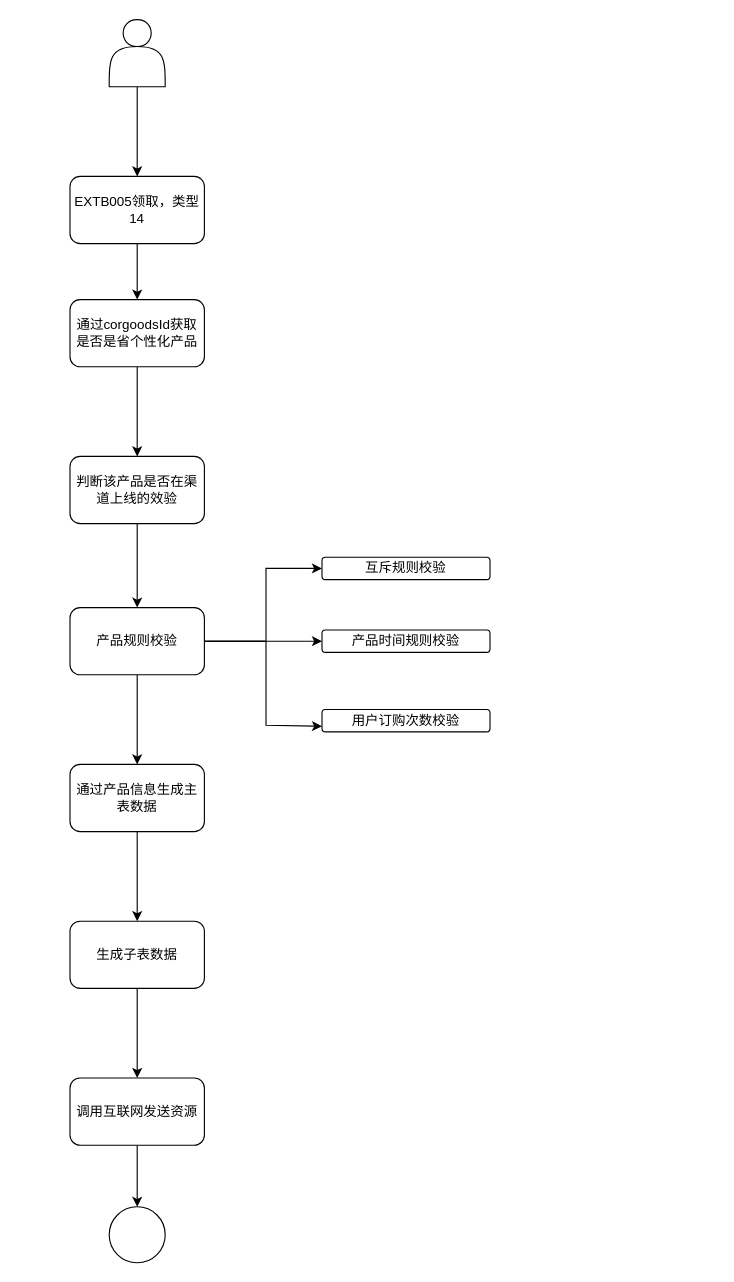
This is 个性化产品订购.drawio from moshan123/draw, a draw.io file, before an edit. Source tidied: cells renumbered, new cells numbered last; positions are measured from the earlier drawing's top-left corner, leaving out a move shared by most shapes. Both pictures are drawn from the tidied source at 112%, with x=0, y=0 at pixel (69, 19).
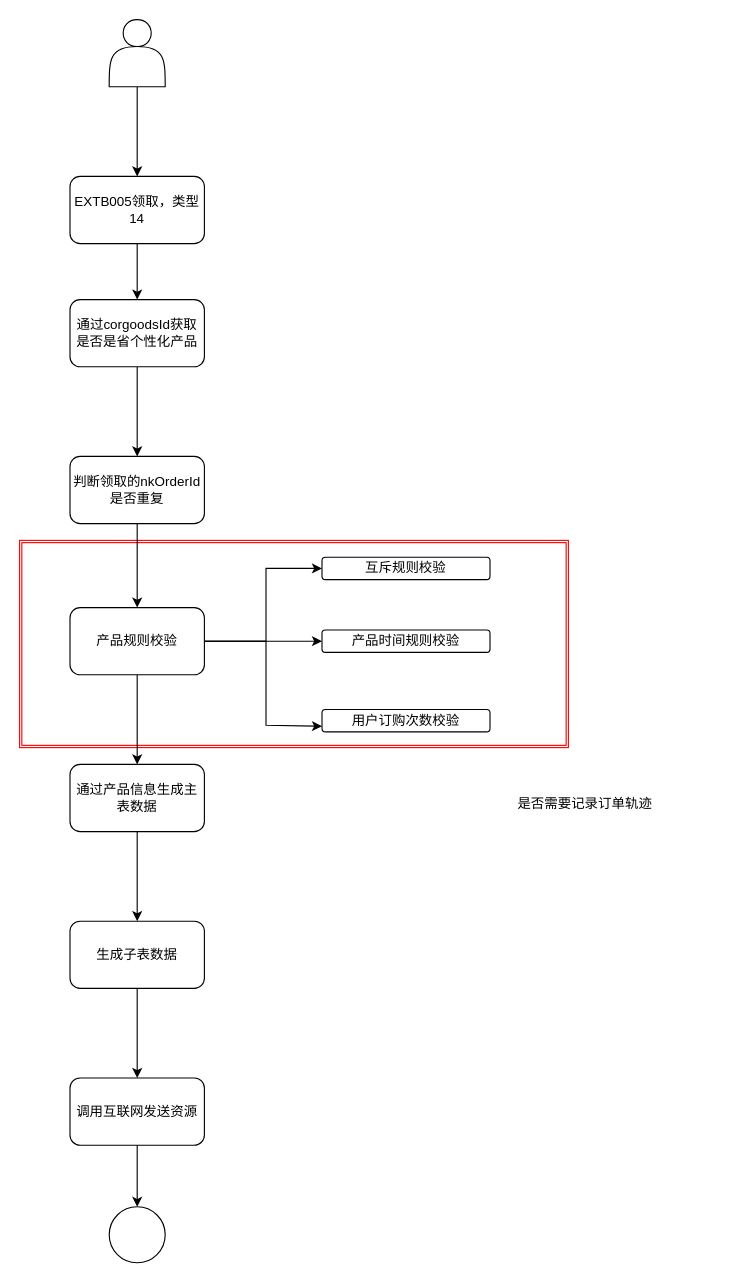
The same diagram, later.

Commit message:
Update 个性化产品订购.drawio

The edit, as a diff of the source:
```diff
@@
+    <mxCell id="25" style="shape=ext;double=1;rounded=0;whiteSpace=wrap;html=1;strokeColor=#FF0000;" parent="1" vertex="1">
+      <mxGeometry x="-45" y="465" width="490" height="185" as="geometry" />
+    </mxCell>
@@
-    <mxCell id="23" value="判断该产品是否在渠道上线的效验" style="whiteSpace=wrap;html=1;rounded=1;" parent="1" vertex="1">
+    <mxCell id="23" value="判断领取的nkOrderId是否重复" style="whiteSpace=wrap;html=1;rounded=1;" parent="1" vertex="1">
       <mxGeometry y="390" width="120" height="60" as="geometry" />
     </mxCell>
@@
+    <mxCell id="26" value="是否需要记录订单轨迹" style="text;html=1;strokeColor=none;fillColor=none;align=center;verticalAlign=middle;whiteSpace=wrap;rounded=0;" parent="1" vertex="1">
+      <mxGeometry x="345" y="690" width="230" height="20" as="geometry" />
+    </mxCell>
```
